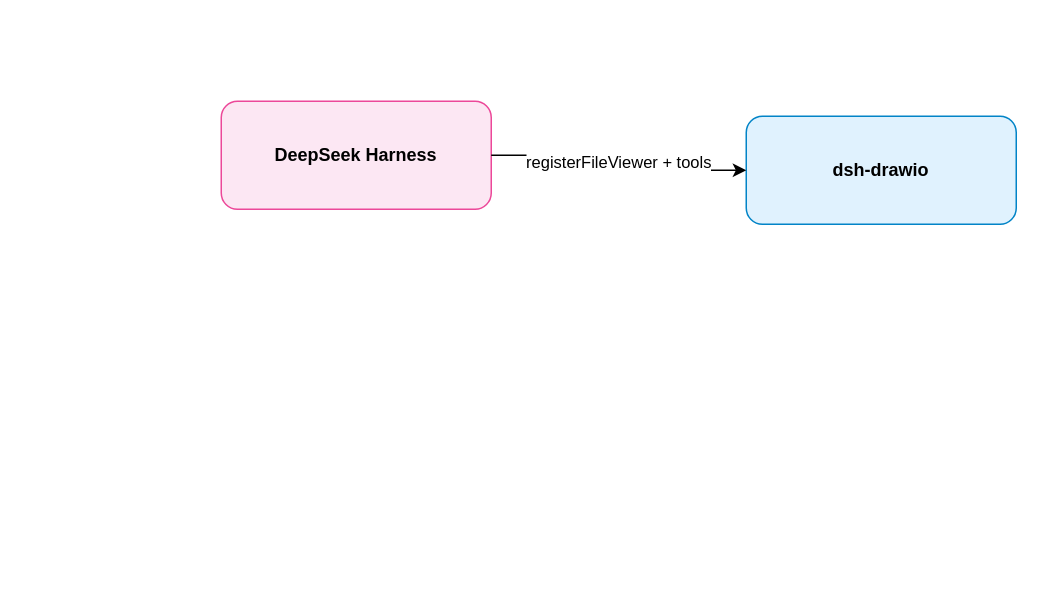
Above: examples/sample.drawio in civilization-os/dsh-drawio (draw.io), before the change. Source tidied: cells renumbered, new cells numbered last; positions are measured from the earlier drawing's top-left corner, leaving out a move shared by most shapes. Both pictures are drawn from the tidied source at 150%, with x=0, y=0 at pixel (220, 100).
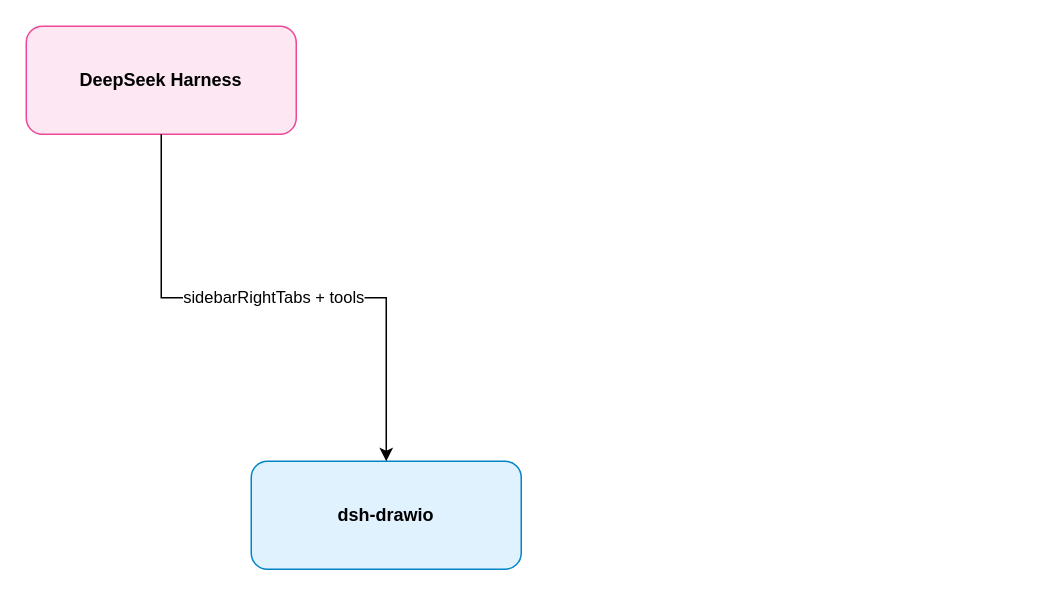
Above is the later version.

Commit message (it also covers changes not shown here):
feat: upgrade to 0.2.0, migrate to official sidebarRightTabs, full libraries, plantuml and robust sync

Diff of the diagram source:
```diff
@@
 <mxGraphModel>
   <root>
     <mxCell id="0" />
     <mxCell id="1" parent="0" />
     <mxCell id="2" value="DeepSeek Harness" style="rounded=1;whiteSpace=wrap;html=1;fillColor=#fce7f3;strokeColor=#ec4899;fontStyle=1;" parent="1" vertex="1">
-      <mxGeometry width="180" height="72" as="geometry" />
+      <mxGeometry x="-130" y="-50" width="180" height="72" as="geometry" />
     </mxCell>
     <mxCell id="3" value="dsh-drawio" style="rounded=1;whiteSpace=wrap;html=1;fillColor=#e0f2fe;strokeColor=#0284c7;fontStyle=1;" parent="1" vertex="1">
-      <mxGeometry x="350" y="10" width="180" height="72" as="geometry" />
+      <mxGeometry x="20" y="240" width="180" height="72" as="geometry" />
     </mxCell>
-    <mxCell id="4" value="registerFileViewer + tools" style="edgeStyle=orthogonalEdgeStyle;rounded=0;jettySize=auto;html=1;" parent="1" edge="1" source="2" target="3">
+    <mxCell id="4" value="sidebarRightTabs + tools" style="edgeStyle=orthogonalEdgeStyle;rounded=0;jettySize=auto;html=1;" parent="1" edge="1" source="2" target="3">
       <mxGeometry relative="1" as="geometry" />
     </mxCell>
   </root>
 </mxGraphModel>
```
